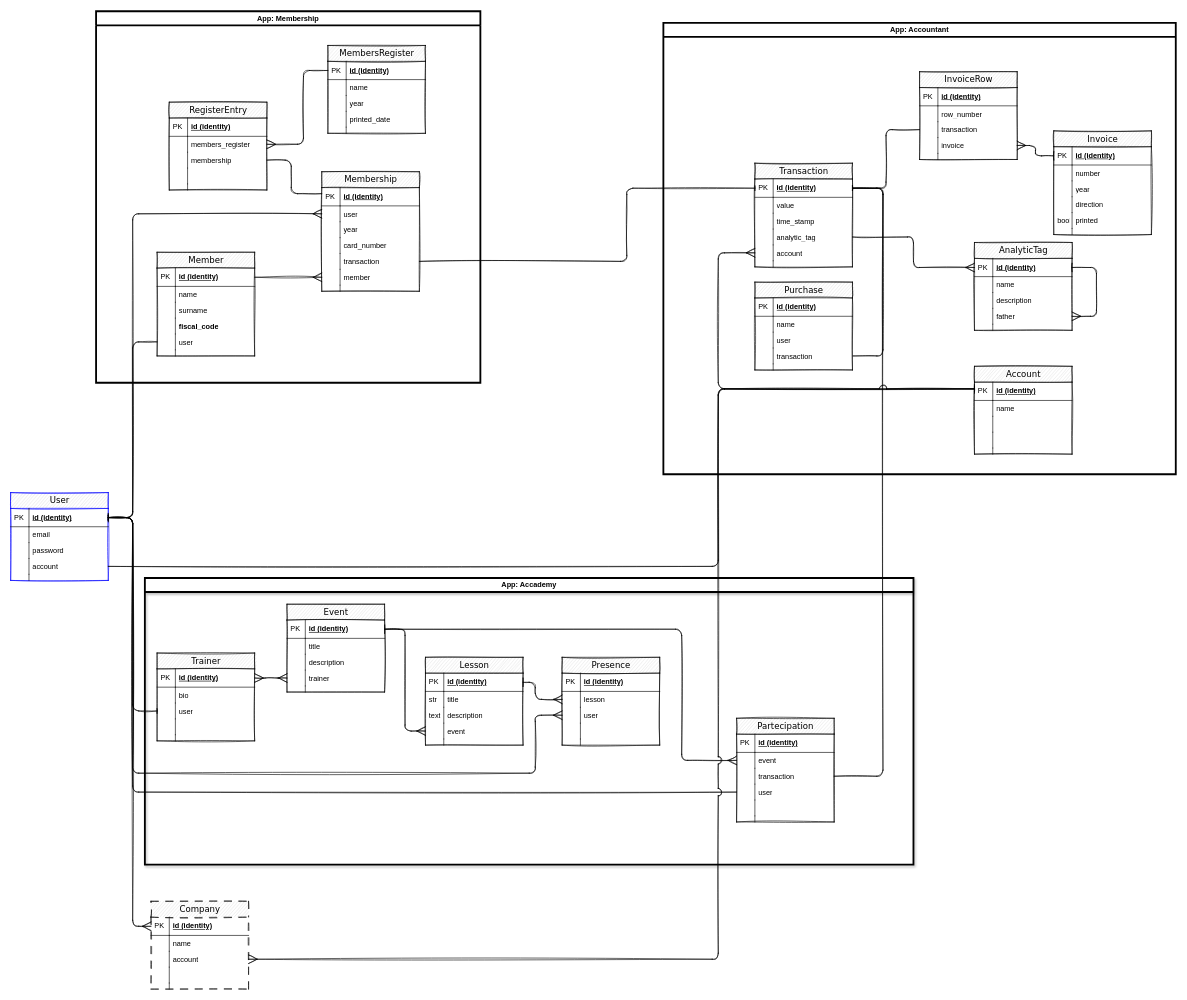
Above: doc/asso-er.drawio in ConoscereLinux/asso-django (draw.io), before the change. Source tidied: cells renumbered, new cells numbered last; positions are measured from the earlier drawing's top-left corner, leaving out a move shared by most shapes. Both pictures are drawn from the tidied source at 61%, with x=0, y=0 at pixel (10, 11).
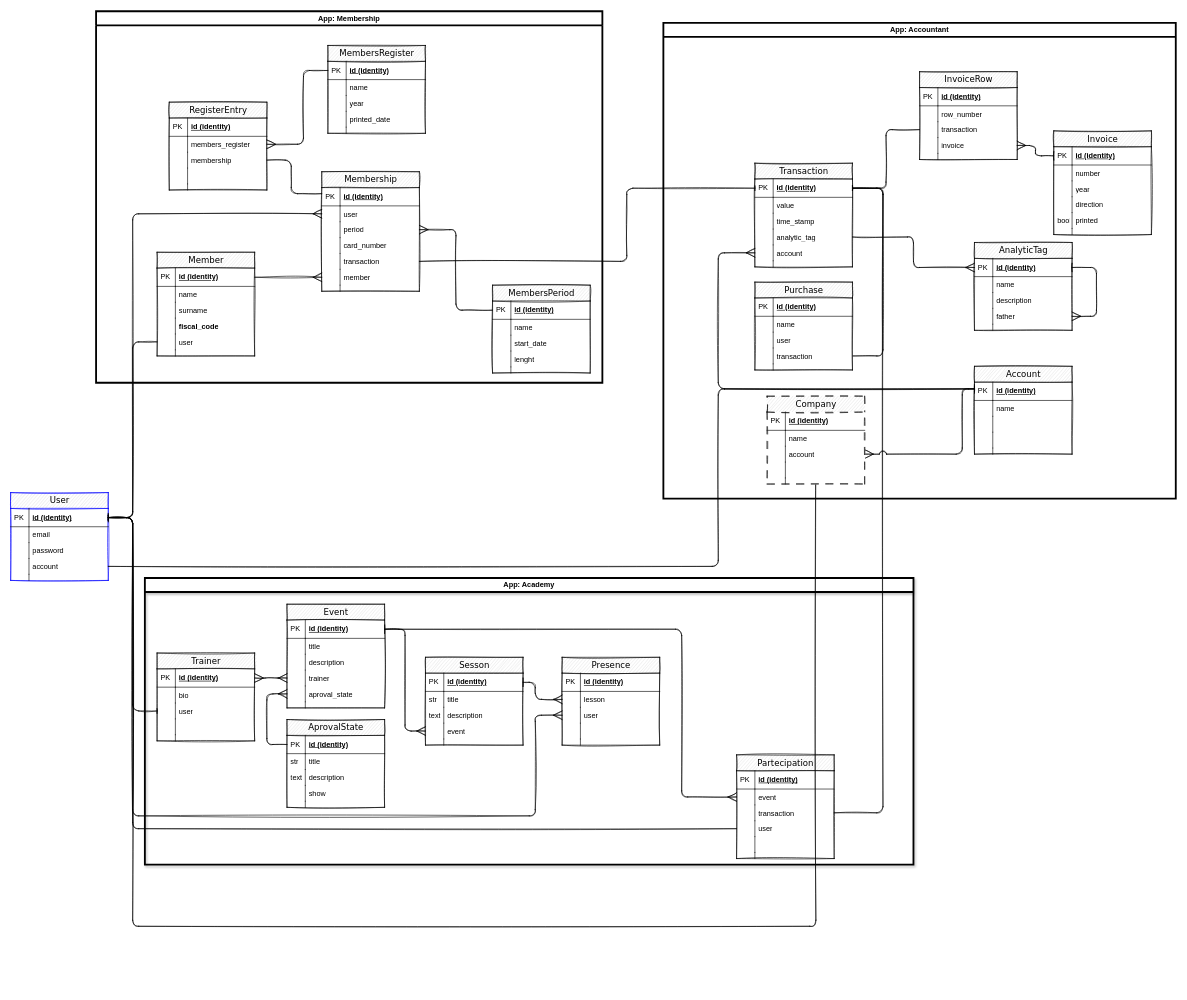
The same diagram, later.

Unchanged cells that the change refers to:
```xml
<mxCell id="4" value="id (identity)" style="shape=partialRectangle;top=0;left=0;right=0;bottom=1;html=1;align=left;verticalAlign=middle;fillColor=none;spacingLeft=34;spacingRight=4;whiteSpace=wrap;overflow=hidden;points=[[0,0.5],[1,0.5]];portConstraint=eastwest;fontStyle=5;" parent="3" vertex="1">
  <mxGeometry y="26" width="160" height="30" as="geometry" />
</mxCell>
<mxCell id="28" value="Membership" style="swimlane;html=1;fontStyle=0;horizontal=1;startSize=26;fillColor=#e0e0e0;swimlaneFillColor=#ffffff;align=center;rounded=0;shadow=0;comic=0;labelBackgroundColor=none;strokeWidth=1;fontFamily=Verdana;fontSize=14;sketch=1;" parent="1" vertex="1">
  <mxGeometry x="510" y="263" width="160" height="196" as="geometry" />
</mxCell>
<mxCell id="113" value="id (identity)" style="shape=partialRectangle;top=0;left=0;right=0;bottom=1;html=1;align=left;verticalAlign=middle;fillColor=none;spacingLeft=34;spacingRight=4;whiteSpace=wrap;overflow=hidden;points=[[0,0.5],[1,0.5]];portConstraint=eastwest;fontStyle=5;" parent="112" vertex="1">
  <mxGeometry y="26" width="160" height="30" as="geometry" />
</mxCell>
<mxCell id="153" value="user" style="shape=partialRectangle;top=0;left=0;right=0;bottom=0;html=1;align=left;verticalAlign=top;fillColor=none;spacingLeft=34;spacingRight=4;whiteSpace=wrap;overflow=hidden;points=[[0,0.5],[1,0.5]];portConstraint=eastwest;" parent="148" vertex="1">
  <mxGeometry y="82" width="160" height="26" as="geometry" />
</mxCell>
```

Change to the diagram source:
```diff
@@
-    <mxCell id="2" value="App: Accademy" style="swimlane;whiteSpace=wrap;html=1;strokeWidth=3;gradientColor=none;swimlaneFillColor=none;glass=0;rounded=0;shadow=1;fillStyle=auto;" parent="1" vertex="1">
+    <mxCell id="2" value="App: Academy" style="swimlane;whiteSpace=wrap;html=1;strokeWidth=3;gradientColor=none;swimlaneFillColor=none;glass=0;rounded=0;shadow=1;fillStyle=auto;" parent="1" vertex="1">
       <mxGeometry x="220" y="929" width="1260" height="470" as="geometry" />
     </mxCell>
+    <mxCell id="227" value="AprovalState" style="swimlane;html=1;fontStyle=0;horizontal=1;startSize=26;fillColor=#e0e0e0;swimlaneFillColor=#ffffff;align=center;rounded=0;shadow=0;comic=0;labelBackgroundColor=none;strokeWidth=1;fontFamily=Verdana;fontSize=14;sketch=1;" parent="2" vertex="1">
+      <mxGeometry x="233" y="232" width="160" height="144" as="geometry" />
+    </mxCell>
+    <mxCell id="228" value="id (identity)" style="shape=partialRectangle;top=0;left=0;right=0;bottom=1;html=1;align=left;verticalAlign=middle;fillColor=none;spacingLeft=34;spacingRight=4;whiteSpace=wrap;overflow=hidden;points=[[0,0.5],[1,0.5]];portConstraint=eastwest;fontStyle=5;" parent="227" vertex="1">
+      <mxGeometry y="26" width="160" height="30" as="geometry" />
+    </mxCell>
+    <mxCell id="229" value="PK" style="shape=partialRectangle;top=0;left=0;bottom=0;html=1;fillColor=none;align=left;verticalAlign=middle;spacingLeft=4;spacingRight=4;whiteSpace=wrap;overflow=hidden;" parent="228" vertex="1">
+      <mxGeometry width="30" height="30" as="geometry" />
+    </mxCell>
+    <mxCell id="230" value="title" style="shape=partialRectangle;top=0;left=0;right=0;bottom=0;html=1;align=left;verticalAlign=top;fillColor=none;spacingLeft=34;spacingRight=4;whiteSpace=wrap;overflow=hidden;" parent="227" vertex="1">
+      <mxGeometry y="56" width="160" height="26" as="geometry" />
+    </mxCell>
+    <mxCell id="231" value="str" style="shape=partialRectangle;top=0;left=0;bottom=0;html=1;fillColor=none;align=left;verticalAlign=top;spacingLeft=4;spacingRight=4;whiteSpace=wrap;overflow=hidden;" parent="230" vertex="1">
+      <mxGeometry width="30" height="26" as="geometry" />
+    </mxCell>
+    <mxCell id="232" value="description" style="shape=partialRectangle;top=0;left=0;right=0;bottom=0;html=1;align=left;verticalAlign=top;fillColor=none;spacingLeft=34;spacingRight=4;whiteSpace=wrap;overflow=hidden;" parent="227" vertex="1">
+      <mxGeometry y="82" width="160" height="26" as="geometry" />
+    </mxCell>
+    <mxCell id="233" value="text" style="shape=partialRectangle;top=0;left=0;bottom=0;html=1;fillColor=none;align=left;verticalAlign=top;spacingLeft=4;spacingRight=4;whiteSpace=wrap;overflow=hidden;" parent="232" vertex="1">
+      <mxGeometry width="30" height="26" as="geometry" />
+    </mxCell>
+    <mxCell id="234" value="show" style="shape=partialRectangle;top=0;left=0;right=0;bottom=0;html=1;align=left;verticalAlign=top;fillColor=none;spacingLeft=34;spacingRight=4;whiteSpace=wrap;overflow=hidden;" parent="227" vertex="1">
+      <mxGeometry y="108" width="160" height="26" as="geometry" />
+    </mxCell>
+    <mxCell id="235" style="shape=partialRectangle;top=0;left=0;bottom=0;html=1;fillColor=none;align=left;verticalAlign=top;spacingLeft=4;spacingRight=4;whiteSpace=wrap;overflow=hidden;" parent="234" vertex="1">
+      <mxGeometry width="30" height="26" as="geometry" />
+    </mxCell>
+    <mxCell id="236" style="shape=partialRectangle;top=0;left=0;right=0;bottom=0;html=1;align=left;verticalAlign=top;fillColor=none;spacingLeft=34;spacingRight=4;whiteSpace=wrap;overflow=hidden;" parent="227" vertex="1">
+      <mxGeometry y="134" width="160" height="10" as="geometry" />
+    </mxCell>
+    <mxCell id="237" style="shape=partialRectangle;top=0;left=0;bottom=0;html=1;fillColor=none;align=left;verticalAlign=top;spacingLeft=4;spacingRight=4;whiteSpace=wrap;overflow=hidden;" parent="236" vertex="1">
+      <mxGeometry width="30" height="10" as="geometry" />
+    </mxCell>
@@
-    <mxCell id="33" value="year" style="shape=partialRectangle;top=0;left=0;right=0;bottom=0;html=1;align=left;verticalAlign=top;fillColor=none;spacingLeft=34;spacingRight=4;whiteSpace=wrap;overflow=hidden;points=[[0,0.5],[1,0.5]];portConstraint=eastwest;" parent="28" vertex="1">
+    <mxCell id="33" value="period" style="shape=partialRectangle;top=0;left=0;right=0;bottom=0;html=1;align=left;verticalAlign=top;fillColor=none;spacingLeft=34;spacingRight=4;whiteSpace=wrap;overflow=hidden;points=[[0,0.5],[1,0.5]];portConstraint=eastwest;" parent="28" vertex="1">
       <mxGeometry y="82" width="160" height="26" as="geometry" />
     </mxCell>
@@
     <mxCell id="83" value="Event" style="swimlane;html=1;fontStyle=0;horizontal=1;startSize=26;fillColor=#e0e0e0;swimlaneFillColor=#ffffff;align=center;rounded=0;shadow=0;comic=0;labelBackgroundColor=none;strokeWidth=1;fontFamily=Verdana;fontSize=14;sketch=1;" parent="1" vertex="1">
-      <mxGeometry x="453" y="972" width="160" height="144" as="geometry" />
+      <mxGeometry x="453" y="972" width="160" height="170" as="geometry" />
     </mxCell>
@@
+    <mxCell id="238" value="aproval_state" style="shape=partialRectangle;top=0;left=0;right=0;bottom=0;html=1;align=left;verticalAlign=top;fillColor=none;spacingLeft=34;spacingRight=4;whiteSpace=wrap;overflow=hidden;points=[[0,0.5],[1,0.5]];portConstraint=eastwest;" parent="83" vertex="1">
+      <mxGeometry y="134" width="160" height="26" as="geometry" />
+    </mxCell>
+    <mxCell id="239" style="shape=partialRectangle;top=0;left=0;bottom=0;html=1;fillColor=none;align=left;verticalAlign=top;spacingLeft=4;spacingRight=4;whiteSpace=wrap;overflow=hidden;" parent="238" vertex="1">
+      <mxGeometry width="30" height="26" as="geometry" />
+    </mxCell>
     <mxCell id="92" style="shape=partialRectangle;top=0;left=0;right=0;bottom=0;html=1;align=left;verticalAlign=top;fillColor=none;spacingLeft=34;spacingRight=4;whiteSpace=wrap;overflow=hidden;" parent="83" vertex="1">
-      <mxGeometry y="134" width="160" height="10" as="geometry" />
+      <mxGeometry y="160" width="160" height="10" as="geometry" />
     </mxCell>
@@
     <mxCell id="94" value="Partecipation" style="swimlane;html=1;fontStyle=0;horizontal=1;startSize=26;fillColor=#e0e0e0;swimlaneFillColor=#ffffff;align=center;rounded=0;shadow=0;comic=0;labelBackgroundColor=none;strokeWidth=1;fontFamily=Verdana;fontSize=14;sketch=1;" parent="1" vertex="1">
-      <mxGeometry x="1190" y="1159" width="160" height="170" as="geometry" />
+      <mxGeometry x="1190" y="1219" width="160" height="170" as="geometry" />
     </mxCell>
@@
-    <mxCell id="136" value="Lesson" style="swimlane;html=1;fontStyle=0;horizontal=1;startSize=26;fillColor=#e0e0e0;swimlaneFillColor=#ffffff;align=center;rounded=0;shadow=0;comic=0;labelBackgroundColor=none;strokeWidth=1;fontFamily=Verdana;fontSize=14;sketch=1;" parent="1" vertex="1">
+    <mxCell id="136" value="Sesson" style="swimlane;html=1;fontStyle=0;horizontal=1;startSize=26;fillColor=#e0e0e0;swimlaneFillColor=#ffffff;align=center;rounded=0;shadow=0;comic=0;labelBackgroundColor=none;strokeWidth=1;fontFamily=Verdana;fontSize=14;sketch=1;" parent="1" vertex="1">
       <mxGeometry x="680" y="1059" width="160" height="144" as="geometry" />
     </mxCell>
@@
     <mxCell id="159" style="edgeStyle=orthogonalEdgeStyle;rounded=1;sketch=1;jettySize=auto;html=1;startArrow=ERmany;startFill=0;endArrow=baseDash;endFill=0;startSize=12;" parent="1" edge="1" source="153" target="4">
       <mxGeometry relative="1" as="geometry">
         <Array as="points">
           <mxPoint x="860" y="1154" />
-          <mxPoint x="860" y="1249" />
-          <mxPoint x="200" y="1249" />
+          <mxPoint x="860" y="1319" />
+          <mxPoint x="200" y="1319" />
           <mxPoint x="200" y="830" />
         </Array>
       </mxGeometry>
     </mxCell>
@@
-    <mxCell id="187" value="Company" style="swimlane;html=1;fontStyle=0;horizontal=1;startSize=26;fillColor=#e0e0e0;swimlaneFillColor=#ffffff;align=center;rounded=0;shadow=0;comic=0;labelBackgroundColor=none;strokeWidth=1;fontFamily=Verdana;fontSize=14;sketch=1;dashed=1;dashPattern=12 12;" parent="1" vertex="1">
-      <mxGeometry x="230" y="1459" width="160" height="144" as="geometry" />
-    </mxCell>
-    <mxCell id="188" value="id (identity)" style="shape=partialRectangle;top=0;left=0;right=0;bottom=1;html=1;align=left;verticalAlign=middle;fillColor=none;spacingLeft=34;spacingRight=4;whiteSpace=wrap;overflow=hidden;points=[[0,0.5],[1,0.5]];portConstraint=eastwest;fontStyle=5;" parent="187" vertex="1">
-      <mxGeometry y="26" width="160" height="30" as="geometry" />
-    </mxCell>
-    <mxCell id="189" value="PK" style="shape=partialRectangle;top=0;left=0;bottom=0;html=1;fillColor=none;align=left;verticalAlign=middle;spacingLeft=4;spacingRight=4;whiteSpace=wrap;overflow=hidden;" parent="188" vertex="1">
-      <mxGeometry width="30" height="30" as="geometry" />
-    </mxCell>
-    <mxCell id="190" value="name" style="shape=partialRectangle;top=0;left=0;right=0;bottom=0;html=1;align=left;verticalAlign=top;fillColor=none;spacingLeft=34;spacingRight=4;whiteSpace=wrap;overflow=hidden;" parent="187" vertex="1">
-      <mxGeometry y="56" width="160" height="26" as="geometry" />
-    </mxCell>
-    <mxCell id="191" style="shape=partialRectangle;top=0;left=0;bottom=0;html=1;fillColor=none;align=left;verticalAlign=top;spacingLeft=4;spacingRight=4;whiteSpace=wrap;overflow=hidden;" parent="190" vertex="1">
-      <mxGeometry width="30" height="26" as="geometry" />
-    </mxCell>
-    <mxCell id="192" value="account" style="shape=partialRectangle;top=0;left=0;right=0;bottom=0;html=1;align=left;verticalAlign=top;fillColor=none;spacingLeft=34;spacingRight=4;whiteSpace=wrap;overflow=hidden;points=[[0,0.5],[1,0.5]];portConstraint=eastwest;" parent="187" vertex="1">
-      <mxGeometry y="82" width="160" height="26" as="geometry" />
-    </mxCell>
-    <mxCell id="193" style="shape=partialRectangle;top=0;left=0;bottom=0;html=1;fillColor=none;align=left;verticalAlign=top;spacingLeft=4;spacingRight=4;whiteSpace=wrap;overflow=hidden;" parent="192" vertex="1">
-      <mxGeometry width="30" height="26" as="geometry" />
-    </mxCell>
-    <mxCell id="194" style="shape=partialRectangle;top=0;left=0;right=0;bottom=0;html=1;align=left;verticalAlign=top;fillColor=none;spacingLeft=34;spacingRight=4;whiteSpace=wrap;overflow=hidden;" parent="187" vertex="1">
-      <mxGeometry y="108" width="160" height="26" as="geometry" />
-    </mxCell>
-    <mxCell id="195" style="shape=partialRectangle;top=0;left=0;bottom=0;html=1;fillColor=none;align=left;verticalAlign=top;spacingLeft=4;spacingRight=4;whiteSpace=wrap;overflow=hidden;" parent="194" vertex="1">
-      <mxGeometry width="30" height="26" as="geometry" />
-    </mxCell>
-    <mxCell id="196" style="shape=partialRectangle;top=0;left=0;right=0;bottom=0;html=1;align=left;verticalAlign=top;fillColor=none;spacingLeft=34;spacingRight=4;whiteSpace=wrap;overflow=hidden;" parent="187" vertex="1">
-      <mxGeometry y="134" width="160" height="10" as="geometry" />
-    </mxCell>
-    <mxCell id="197" style="shape=partialRectangle;top=0;left=0;bottom=0;html=1;fillColor=none;align=left;verticalAlign=top;spacingLeft=4;spacingRight=4;whiteSpace=wrap;overflow=hidden;" parent="196" vertex="1">
-      <mxGeometry width="30" height="10" as="geometry" />
-    </mxCell>
@@
     <mxCell id="199" style="edgeStyle=orthogonalEdgeStyle;rounded=1;sketch=1;jettySize=auto;html=1;startArrow=ERmany;startFill=0;endArrow=baseDash;endFill=0;endSize=12;startSize=12;jumpStyle=arc;jumpSize=12;" parent="1" edge="1" source="192" target="113">
       <mxGeometry relative="1" as="geometry">
         <Array as="points">
-          <mxPoint x="1160" y="1554" />
-          <mxPoint x="1160" y="619" />
+          <mxPoint x="1560" y="726" />
+          <mxPoint x="1560" y="619" />
         </Array>
       </mxGeometry>
     </mxCell>
@@
     <mxCell id="214" value="App: Membership" style="swimlane;whiteSpace=wrap;html=1;strokeWidth=3;" parent="1" vertex="1">
-      <mxGeometry x="140" width="630" height="609" as="geometry" />
+      <mxGeometry x="140" width="830" height="609" as="geometry" />
     </mxCell>
+    <mxCell id="240" value="MembersPeriod" style="swimlane;html=1;fontStyle=0;horizontal=1;startSize=26;fillColor=#e0e0e0;swimlaneFillColor=#ffffff;align=center;rounded=0;shadow=0;comic=0;labelBackgroundColor=none;strokeWidth=1;fontFamily=Verdana;fontSize=14;sketch=1;" parent="214" vertex="1">
+      <mxGeometry x="650" y="449" width="160" height="144" as="geometry" />
+    </mxCell>
+    <mxCell id="241" value="id (identity)" style="shape=partialRectangle;top=0;left=0;right=0;bottom=1;html=1;align=left;verticalAlign=middle;fillColor=none;spacingLeft=34;spacingRight=4;whiteSpace=wrap;overflow=hidden;points=[[0,0.5],[1,0.5]];portConstraint=eastwest;fontStyle=5;" parent="240" vertex="1">
+      <mxGeometry y="26" width="160" height="30" as="geometry" />
+    </mxCell>
+    <mxCell id="242" value="PK" style="shape=partialRectangle;top=0;left=0;bottom=0;html=1;fillColor=none;align=left;verticalAlign=middle;spacingLeft=4;spacingRight=4;whiteSpace=wrap;overflow=hidden;" parent="241" vertex="1">
+      <mxGeometry width="30" height="30" as="geometry" />
+    </mxCell>
+    <mxCell id="243" value="name" style="shape=partialRectangle;top=0;left=0;right=0;bottom=0;html=1;align=left;verticalAlign=top;fillColor=none;spacingLeft=34;spacingRight=4;whiteSpace=wrap;overflow=hidden;" parent="240" vertex="1">
+      <mxGeometry y="56" width="160" height="26" as="geometry" />
+    </mxCell>
+    <mxCell id="244" style="shape=partialRectangle;top=0;left=0;bottom=0;html=1;fillColor=none;align=left;verticalAlign=top;spacingLeft=4;spacingRight=4;whiteSpace=wrap;overflow=hidden;" parent="243" vertex="1">
+      <mxGeometry width="30" height="26" as="geometry" />
+    </mxCell>
+    <mxCell id="245" value="start_date" style="shape=partialRectangle;top=0;left=0;right=0;bottom=0;html=1;align=left;verticalAlign=top;fillColor=none;spacingLeft=34;spacingRight=4;whiteSpace=wrap;overflow=hidden;" parent="240" vertex="1">
+      <mxGeometry y="82" width="160" height="26" as="geometry" />
+    </mxCell>
+    <mxCell id="246" style="shape=partialRectangle;top=0;left=0;bottom=0;html=1;fillColor=none;align=left;verticalAlign=top;spacingLeft=4;spacingRight=4;whiteSpace=wrap;overflow=hidden;" parent="245" vertex="1">
+      <mxGeometry width="30" height="26" as="geometry" />
+    </mxCell>
+    <mxCell id="247" value="lenght" style="shape=partialRectangle;top=0;left=0;right=0;bottom=0;html=1;align=left;verticalAlign=top;fillColor=none;spacingLeft=34;spacingRight=4;whiteSpace=wrap;overflow=hidden;" parent="240" vertex="1">
+      <mxGeometry y="108" width="160" height="26" as="geometry" />
+    </mxCell>
+    <mxCell id="248" style="shape=partialRectangle;top=0;left=0;bottom=0;html=1;fillColor=none;align=left;verticalAlign=top;spacingLeft=4;spacingRight=4;whiteSpace=wrap;overflow=hidden;" parent="247" vertex="1">
+      <mxGeometry width="30" height="26" as="geometry" />
+    </mxCell>
+    <mxCell id="249" style="shape=partialRectangle;top=0;left=0;right=0;bottom=0;html=1;align=left;verticalAlign=top;fillColor=none;spacingLeft=34;spacingRight=4;whiteSpace=wrap;overflow=hidden;" parent="240" vertex="1">
+      <mxGeometry y="134" width="160" height="10" as="geometry" />
+    </mxCell>
+    <mxCell id="250" style="shape=partialRectangle;top=0;left=0;bottom=0;html=1;fillColor=none;align=left;verticalAlign=top;spacingLeft=4;spacingRight=4;whiteSpace=wrap;overflow=hidden;" parent="249" vertex="1">
+      <mxGeometry width="30" height="10" as="geometry" />
+    </mxCell>
     <mxCell id="215" value="App: Accountant" style="swimlane;whiteSpace=wrap;html=1;strokeWidth=3;" parent="1" vertex="1">
-      <mxGeometry x="1070" y="19" width="840" height="740" as="geometry" />
+      <mxGeometry x="1070" y="19" width="840" height="780" as="geometry" />
     </mxCell>
@@
+    <mxCell id="187" value="Company" style="swimlane;html=1;fontStyle=0;horizontal=1;startSize=26;fillColor=#e0e0e0;swimlaneFillColor=#ffffff;align=center;rounded=0;shadow=0;comic=0;labelBackgroundColor=none;strokeWidth=1;fontFamily=Verdana;fontSize=14;sketch=1;dashed=1;dashPattern=12 12;" parent="215" vertex="1">
+      <mxGeometry x="170" y="612" width="160" height="144" as="geometry" />
+    </mxCell>
+    <mxCell id="188" value="id (identity)" style="shape=partialRectangle;top=0;left=0;right=0;bottom=1;html=1;align=left;verticalAlign=middle;fillColor=none;spacingLeft=34;spacingRight=4;whiteSpace=wrap;overflow=hidden;points=[[0,0.5],[1,0.5]];portConstraint=eastwest;fontStyle=5;" parent="187" vertex="1">
+      <mxGeometry y="26" width="160" height="30" as="geometry" />
+    </mxCell>
+    <mxCell id="189" value="PK" style="shape=partialRectangle;top=0;left=0;bottom=0;html=1;fillColor=none;align=left;verticalAlign=middle;spacingLeft=4;spacingRight=4;whiteSpace=wrap;overflow=hidden;" parent="188" vertex="1">
+      <mxGeometry width="30" height="30" as="geometry" />
+    </mxCell>
+    <mxCell id="190" value="name" style="shape=partialRectangle;top=0;left=0;right=0;bottom=0;html=1;align=left;verticalAlign=top;fillColor=none;spacingLeft=34;spacingRight=4;whiteSpace=wrap;overflow=hidden;" parent="187" vertex="1">
+      <mxGeometry y="56" width="160" height="26" as="geometry" />
+    </mxCell>
+    <mxCell id="191" style="shape=partialRectangle;top=0;left=0;bottom=0;html=1;fillColor=none;align=left;verticalAlign=top;spacingLeft=4;spacingRight=4;whiteSpace=wrap;overflow=hidden;" parent="190" vertex="1">
+      <mxGeometry width="30" height="26" as="geometry" />
+    </mxCell>
+    <mxCell id="192" value="account" style="shape=partialRectangle;top=0;left=0;right=0;bottom=0;html=1;align=left;verticalAlign=top;fillColor=none;spacingLeft=34;spacingRight=4;whiteSpace=wrap;overflow=hidden;points=[[0,0.5],[1,0.5]];portConstraint=eastwest;" parent="187" vertex="1">
+      <mxGeometry y="82" width="160" height="26" as="geometry" />
+    </mxCell>
+    <mxCell id="193" style="shape=partialRectangle;top=0;left=0;bottom=0;html=1;fillColor=none;align=left;verticalAlign=top;spacingLeft=4;spacingRight=4;whiteSpace=wrap;overflow=hidden;" parent="192" vertex="1">
+      <mxGeometry width="30" height="26" as="geometry" />
+    </mxCell>
+    <mxCell id="194" style="shape=partialRectangle;top=0;left=0;right=0;bottom=0;html=1;align=left;verticalAlign=top;fillColor=none;spacingLeft=34;spacingRight=4;whiteSpace=wrap;overflow=hidden;" parent="187" vertex="1">
+      <mxGeometry y="108" width="160" height="26" as="geometry" />
+    </mxCell>
+    <mxCell id="195" style="shape=partialRectangle;top=0;left=0;bottom=0;html=1;fillColor=none;align=left;verticalAlign=top;spacingLeft=4;spacingRight=4;whiteSpace=wrap;overflow=hidden;" parent="194" vertex="1">
+      <mxGeometry width="30" height="26" as="geometry" />
+    </mxCell>
+    <mxCell id="196" style="shape=partialRectangle;top=0;left=0;right=0;bottom=0;html=1;align=left;verticalAlign=top;fillColor=none;spacingLeft=34;spacingRight=4;whiteSpace=wrap;overflow=hidden;" parent="187" vertex="1">
+      <mxGeometry y="134" width="160" height="10" as="geometry" />
+    </mxCell>
+    <mxCell id="197" style="shape=partialRectangle;top=0;left=0;bottom=0;html=1;fillColor=none;align=left;verticalAlign=top;spacingLeft=4;spacingRight=4;whiteSpace=wrap;overflow=hidden;" parent="196" vertex="1">
+      <mxGeometry width="30" height="10" as="geometry" />
+    </mxCell>
+    <mxCell id="251" style="edgeStyle=elbowEdgeStyle;shape=connector;rounded=1;sketch=1;jettySize=auto;html=1;labelBackgroundColor=default;strokeColor=default;fontFamily=Helvetica;fontSize=11;fontColor=default;startArrow=ERmany;startFill=0;endArrow=none;endFill=0;startSize=12;endSize=12;" parent="1" edge="1" source="238" target="228">
+      <mxGeometry relative="1" as="geometry">
+        <Array as="points">
+          <mxPoint x="420" y="1159" />
+        </Array>
+      </mxGeometry>
+    </mxCell>
+    <mxCell id="252" style="edgeStyle=elbowEdgeStyle;shape=connector;rounded=1;sketch=1;jettySize=auto;html=1;labelBackgroundColor=default;strokeColor=default;fontFamily=Helvetica;fontSize=11;fontColor=default;startArrow=ERmany;startFill=0;endArrow=none;endFill=0;startSize=12;endSize=12;" parent="1" edge="1" source="33" target="241">
+      <mxGeometry relative="1" as="geometry" />
+    </mxCell>
```
